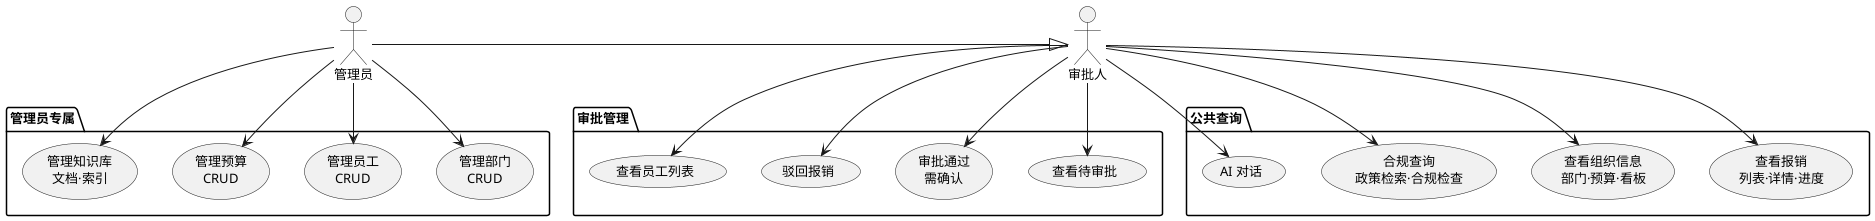
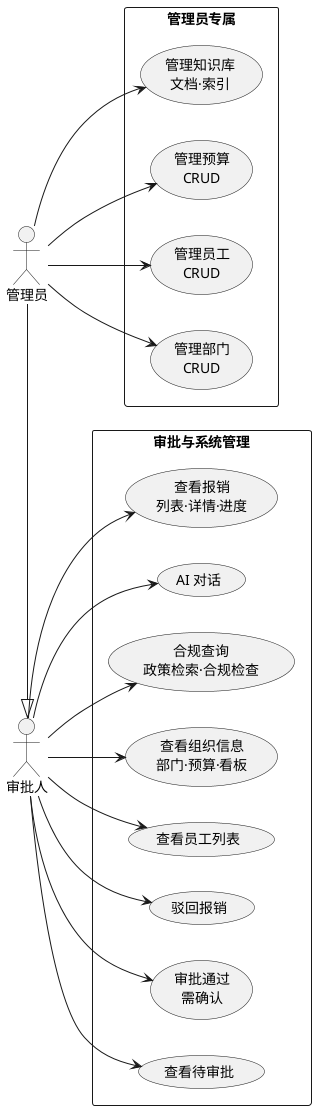
@startuml
skinparam backgroundColor #FFFFFF
skinparam defaultFontName Arial
- skinparam defaultFontSize 13
+ skinparam defaultFontSize 14
+ left to right direction

actor "审批人" as App
actor "管理员" as Adm

Adm -|> App

- package "审批管理" {
-   usecase "查看待审批" as UC1
-   usecase "审批通过\n需确认" as UC2
-   usecase "驳回报销" as UC3
-   usecase "查看员工列表" as UC4
+ rectangle "审批与系统管理" {
+   usecase (查看待审批) as UC1
+   usecase (审批通过\n需确认) as UC2
+   usecase (驳回报销) as UC3
+   usecase (查看员工列表) as UC4
+   usecase (查看组织信息\n部门·预算·看板) as UC5
+   usecase (合规查询\n政策检索·合规检查) as UC6
+   usecase (AI 对话) as UC7
+   usecase (查看报销\n列表·详情·进度) as UC8
}

- package "公共查询" {
-   usecase "查看报销\n列表·详情·进度" as UC5
-   usecase "查看组织信息\n部门·预算·看板" as UC6
-   usecase "合规查询\n政策检索·合规检查" as UC7
-   usecase "AI 对话" as UC8
- }
- 
- package "管理员专属" {
-   usecase "管理部门\nCRUD" as UC9
-   usecase "管理员工\nCRUD" as UC10
-   usecase "管理预算\nCRUD" as UC11
-   usecase "管理知识库\n文档·索引" as UC12
+ rectangle "管理员专属" {
+   usecase (管理部门\nCRUD) as UC9
+   usecase (管理员工\nCRUD) as UC10
+   usecase (管理预算\nCRUD) as UC11
+   usecase (管理知识库\n文档·索引) as UC12
}

App --> UC1
App --> UC2
App --> UC3
App --> UC4
App --> UC5
App --> UC6
App --> UC7
App --> UC8

Adm --> UC9
Adm --> UC10
Adm --> UC11
Adm --> UC12

+ UC1 -[hidden]right- UC2
+ UC2 -[hidden]right- UC3
+ UC3 -[hidden]right- UC4
+ UC4 -[hidden]right- UC5
+ UC5 -[hidden]right- UC6
+ UC6 -[hidden]right- UC7
+ UC7 -[hidden]right- UC8
+ UC9 -[hidden]right- UC10
+ UC10 -[hidden]right- UC11
+ UC11 -[hidden]right- UC12
+ 
@enduml
